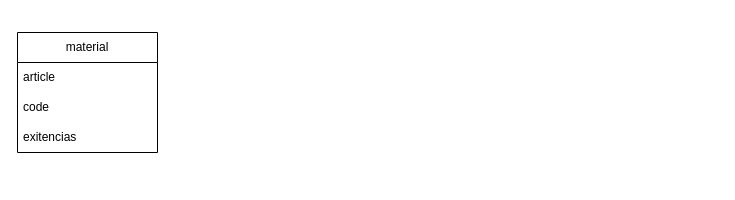
Above: system nutri art.drawio in MasterJhonny/diagramas (draw.io), before the change. Source tidied: cells renumbered, new cells numbered last; positions are measured from the earlier drawing's top-left corner, leaving out a move shared by most shapes. Both pictures are drawn from the tidied source at 100%, with x=0, y=0 at pixel (17, 32).
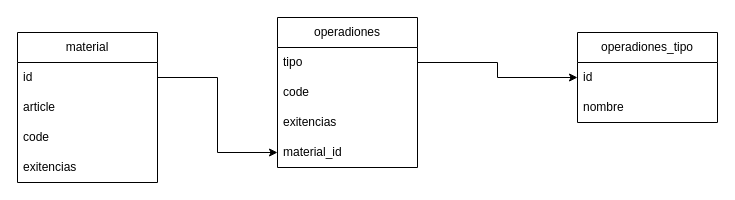
Above is the later version.

What changed in the source:
```diff
@@
 <mxGraphModel>
   <root>
     <mxCell id="0" />
     <mxCell id="1" parent="0" />
     <mxCell id="2" value="material" style="swimlane;fontStyle=0;horizontal=1;startSize=30;whiteSpace=wrap;html=1;" parent="1" vertex="1">
-      <mxGeometry width="140" height="120" as="geometry" />
+      <mxGeometry width="140" height="150" as="geometry" />
     </mxCell>
-    <mxCell id="3" value="article" style="text;strokeColor=none;fillColor=none;align=left;verticalAlign=middle;spacingLeft=4;spacingRight=4;overflow=hidden;points=[[0,0.5],[1,0.5]];portConstraint=eastwest;whiteSpace=wrap;html=1;" parent="2" vertex="1">
+    <mxCell id="3" value="id" style="text;strokeColor=none;fillColor=none;align=left;verticalAlign=middle;spacingLeft=4;spacingRight=4;overflow=hidden;points=[[0,0.5],[1,0.5]];portConstraint=eastwest;whiteSpace=wrap;html=1;" parent="2" vertex="1">
       <mxGeometry y="30" width="140" height="30" as="geometry" />
     </mxCell>
+    <mxCell id="6" value="article" style="text;strokeColor=none;fillColor=none;align=left;verticalAlign=middle;spacingLeft=4;spacingRight=4;overflow=hidden;whiteSpace=wrap;html=1;" parent="2" vertex="1">
+      <mxGeometry y="60" width="140" height="30" as="geometry" />
+    </mxCell>
     <mxCell id="4" value="code" style="text;strokeColor=none;fillColor=none;align=left;verticalAlign=middle;spacingLeft=4;spacingRight=4;overflow=hidden;whiteSpace=wrap;html=1;" parent="2" vertex="1">
-      <mxGeometry y="60" width="140" height="30" as="geometry" />
+      <mxGeometry y="90" width="140" height="30" as="geometry" />
     </mxCell>
     <mxCell id="5" value="exitencias" style="text;strokeColor=none;fillColor=none;align=left;verticalAlign=middle;spacingLeft=4;spacingRight=4;overflow=hidden;whiteSpace=wrap;html=1;" parent="2" vertex="1">
-      <mxGeometry y="90" width="140" height="30" as="geometry" />
+      <mxGeometry y="120" width="140" height="30" as="geometry" />
     </mxCell>
+    <mxCell id="7" value="operadiones" style="swimlane;fontStyle=0;horizontal=1;startSize=30;whiteSpace=wrap;html=1;" parent="1" vertex="1">
+      <mxGeometry x="260" y="-15" width="140" height="150" as="geometry" />
+    </mxCell>
+    <mxCell id="8" value="tipo" style="text;strokeColor=none;fillColor=none;align=left;verticalAlign=middle;spacingLeft=4;spacingRight=4;overflow=hidden;points=[[0,0.5],[1,0.5]];portConstraint=eastwest;whiteSpace=wrap;html=1;" parent="7" vertex="1">
+      <mxGeometry y="30" width="140" height="30" as="geometry" />
+    </mxCell>
+    <mxCell id="9" value="code" style="text;strokeColor=none;fillColor=none;align=left;verticalAlign=middle;spacingLeft=4;spacingRight=4;overflow=hidden;whiteSpace=wrap;html=1;" parent="7" vertex="1">
+      <mxGeometry y="60" width="140" height="30" as="geometry" />
+    </mxCell>
+    <mxCell id="10" value="exitencias" style="text;strokeColor=none;fillColor=none;align=left;verticalAlign=middle;spacingLeft=4;spacingRight=4;overflow=hidden;whiteSpace=wrap;html=1;" parent="7" vertex="1">
+      <mxGeometry y="90" width="140" height="30" as="geometry" />
+    </mxCell>
+    <mxCell id="11" value="material_id" style="text;strokeColor=none;fillColor=none;align=left;verticalAlign=middle;spacingLeft=4;spacingRight=4;overflow=hidden;points=[[0,0.5],[1,0.5]];portConstraint=eastwest;whiteSpace=wrap;html=1;" parent="7" vertex="1">
+      <mxGeometry y="120" width="140" height="30" as="geometry" />
+    </mxCell>
+    <mxCell id="12" value="operadiones_tipo" style="swimlane;fontStyle=0;horizontal=1;startSize=30;whiteSpace=wrap;html=1;" parent="1" vertex="1">
+      <mxGeometry x="560" width="140" height="90" as="geometry" />
+    </mxCell>
+    <mxCell id="13" value="id" style="text;strokeColor=none;fillColor=none;align=left;verticalAlign=middle;spacingLeft=4;spacingRight=4;overflow=hidden;points=[[0,0.5],[1,0.5]];portConstraint=eastwest;whiteSpace=wrap;html=1;" parent="12" vertex="1">
+      <mxGeometry y="30" width="140" height="30" as="geometry" />
+    </mxCell>
+    <mxCell id="14" value="nombre" style="text;strokeColor=none;fillColor=none;align=left;verticalAlign=middle;spacingLeft=4;spacingRight=4;overflow=hidden;whiteSpace=wrap;html=1;" parent="12" vertex="1">
+      <mxGeometry y="60" width="140" height="30" as="geometry" />
+    </mxCell>
+    <mxCell id="15" style="edgeStyle=orthogonalEdgeStyle;rounded=0;jettySize=auto;html=1;entryX=0;entryY=0.5;entryDx=0;entryDy=0;" parent="1" edge="1" source="8" target="13">
+      <mxGeometry relative="1" as="geometry" />
+    </mxCell>
+    <mxCell id="16" style="edgeStyle=orthogonalEdgeStyle;rounded=0;jettySize=auto;html=1;entryX=0;entryY=0.5;entryDx=0;entryDy=0;" parent="1" edge="1" source="3" target="11">
+      <mxGeometry relative="1" as="geometry" />
+    </mxCell>
   </root>
 </mxGraphModel>
```
